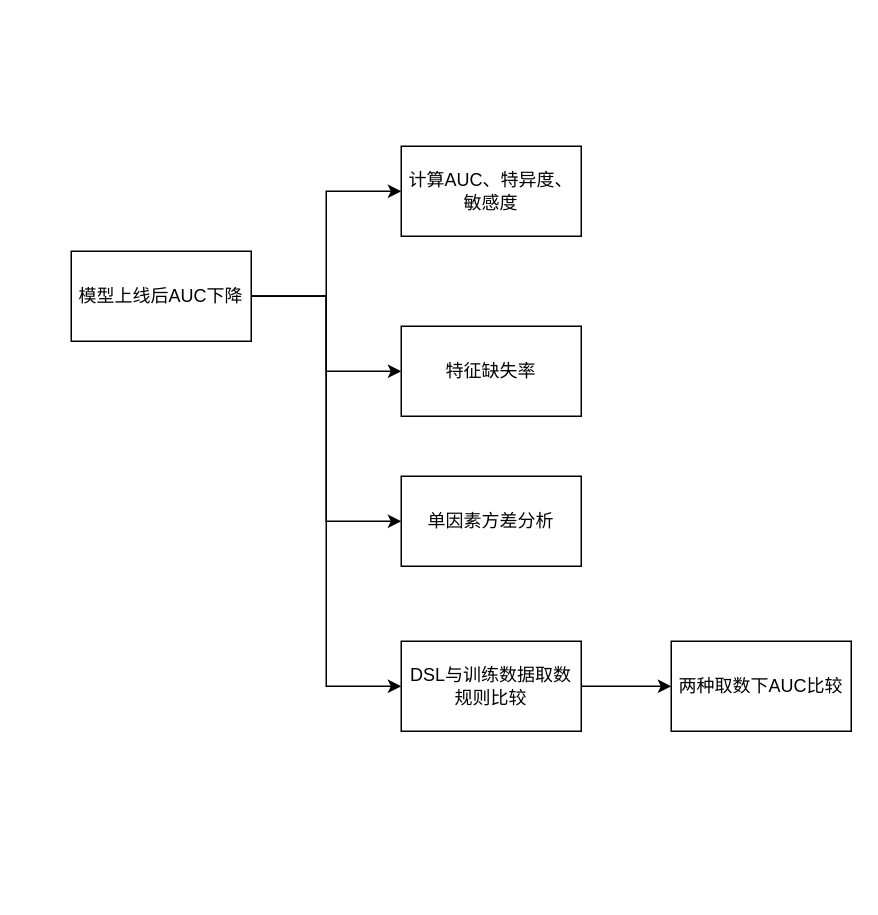
Earlier version of the draw.io diagram 模型上线后AUC下降原因调查.drawio (sophsticate/drawio). Source tidied: cells renumbered, new cells numbered last; positions are measured from the earlier drawing's top-left corner, leaving out a move shared by most shapes. Both pictures are drawn from the tidied source at 150%, with x=0, y=0 at pixel (70, 146).
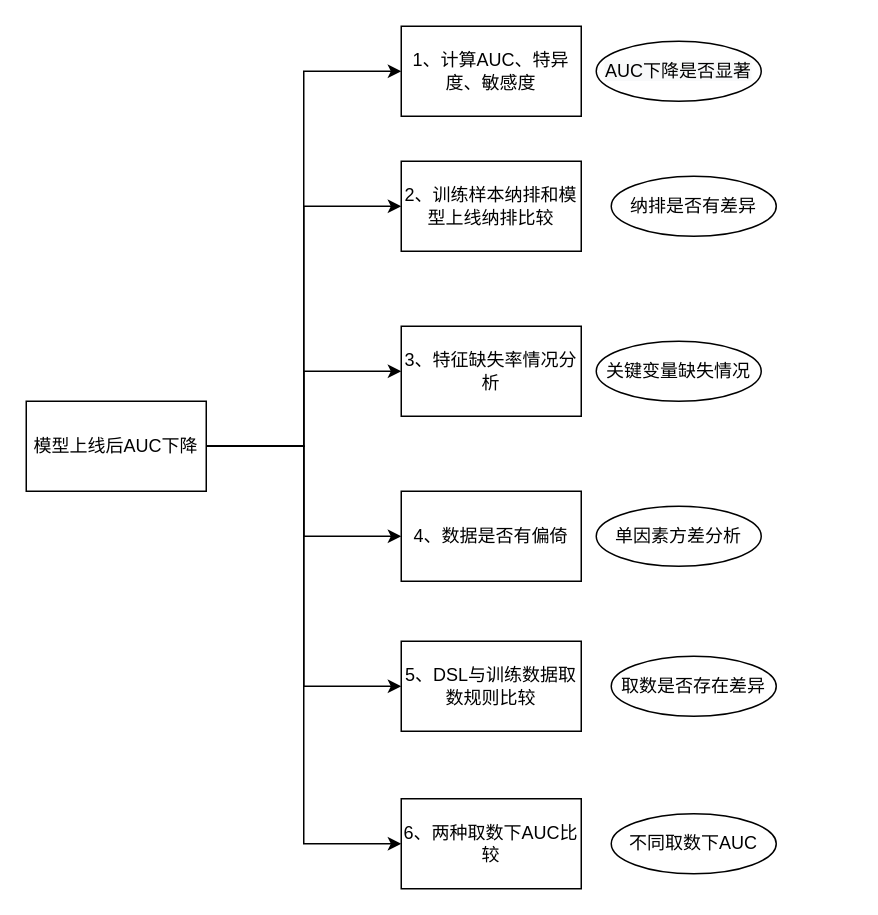
Above is the later version.

Commit message:
Update 模型上线后AUC下降原因调查.drawio

Change to the diagram source:
```diff
@@
-    <mxCell id="3" style="edgeStyle=orthogonalEdgeStyle;rounded=0;jettySize=auto;html=1;entryX=0;entryY=0.5;entryDx=0;entryDy=0;" parent="1" edge="1" source="6" target="8">
+    <mxCell id="3" style="edgeStyle=orthogonalEdgeStyle;rounded=0;jettySize=auto;html=1;entryX=0;entryY=0.5;entryDx=0;entryDy=0;" parent="1" edge="1" source="6" target="15">
       <mxGeometry relative="1" as="geometry" />
     </mxCell>
@@
+    <mxCell id="13" style="edgeStyle=orthogonalEdgeStyle;rounded=0;jettySize=auto;html=1;entryX=0;entryY=0.5;entryDx=0;entryDy=0;" parent="1" edge="1" source="6" target="16">
+      <mxGeometry relative="1" as="geometry" />
+    </mxCell>
+    <mxCell id="14" style="edgeStyle=orthogonalEdgeStyle;rounded=0;jettySize=auto;html=1;entryX=0;entryY=0.5;entryDx=0;entryDy=0;" parent="1" edge="1" source="6" target="12">
+      <mxGeometry relative="1" as="geometry" />
+    </mxCell>
     <mxCell id="6" value="模型上线后AUC下降" style="rounded=0;whiteSpace=wrap;html=1;" parent="1" vertex="1">
-      <mxGeometry y="70" width="120" height="60" as="geometry" />
+      <mxGeometry x="-30" y="170" width="120" height="60" as="geometry" />
     </mxCell>
-    <mxCell id="7" value="特征缺失率" style="rounded=0;whiteSpace=wrap;html=1;" parent="1" vertex="1">
+    <mxCell id="7" value="3、特征缺失率情况分析" style="rounded=0;whiteSpace=wrap;html=1;" parent="1" vertex="1">
       <mxGeometry x="220" y="120" width="120" height="60" as="geometry" />
     </mxCell>
-    <mxCell id="8" value="单因素方差分析" style="rounded=0;whiteSpace=wrap;html=1;" parent="1" vertex="1">
-      <mxGeometry x="220" y="220" width="120" height="60" as="geometry" />
-    </mxCell>
-    <mxCell id="9" value="计算AUC、特异度、敏感度" style="rounded=0;whiteSpace=wrap;html=1;" parent="1" vertex="1">
-      <mxGeometry x="220" width="120" height="60" as="geometry" />
+    <mxCell id="9" value="1、计算AUC、特异度、敏感度" style="rounded=0;whiteSpace=wrap;html=1;" parent="1" vertex="1">
+      <mxGeometry x="220" y="-80" width="120" height="60" as="geometry" />
     </mxCell>
-    <mxCell id="10" style="edgeStyle=orthogonalEdgeStyle;rounded=0;jettySize=auto;html=1;entryX=0;entryY=0.5;entryDx=0;entryDy=0;" parent="1" edge="1" source="11" target="12">
-      <mxGeometry relative="1" as="geometry" />
-    </mxCell>
-    <mxCell id="11" value="DSL与训练数据取数规则比较" style="rounded=0;whiteSpace=wrap;html=1;" parent="1" vertex="1">
+    <mxCell id="11" value="5、DSL与训练数据取数规则比较" style="rounded=0;whiteSpace=wrap;html=1;" parent="1" vertex="1">
       <mxGeometry x="220" y="330" width="120" height="60" as="geometry" />
     </mxCell>
-    <mxCell id="12" value="两种取数下AUC比较" style="rounded=0;whiteSpace=wrap;html=1;" parent="1" vertex="1">
-      <mxGeometry x="400" y="330" width="120" height="60" as="geometry" />
+    <mxCell id="12" value="6、两种取数下AUC比较" style="rounded=0;whiteSpace=wrap;html=1;" parent="1" vertex="1">
+      <mxGeometry x="220" y="435" width="120" height="60" as="geometry" />
     </mxCell>
+    <mxCell id="15" value="4、数据是否有偏倚" style="rounded=0;whiteSpace=wrap;html=1;" parent="1" vertex="1">
+      <mxGeometry x="220" y="230" width="120" height="60" as="geometry" />
+    </mxCell>
+    <mxCell id="16" value="2、训练样本纳排和模型上线纳排比较" style="rounded=0;whiteSpace=wrap;html=1;" parent="1" vertex="1">
+      <mxGeometry x="220" y="10" width="120" height="60" as="geometry" />
+    </mxCell>
+    <mxCell id="17" value="&lt;span style=&quot;color: rgb(0, 0, 0); font-family: helvetica; font-size: 12px; font-style: normal; font-weight: 400; letter-spacing: normal; text-align: center; text-indent: 0px; text-transform: none; word-spacing: 0px; background-color: rgb(248, 249, 250); display: inline; float: none;&quot;&gt;AUC下降是否显著&lt;/span&gt;" style="ellipse;whiteSpace=wrap;html=1;" parent="1" vertex="1">
+      <mxGeometry x="350" y="-70" width="110" height="40" as="geometry" />
+    </mxCell>
+    <mxCell id="18" value="&lt;font face=&quot;helvetica&quot;&gt;纳排是否有差异&lt;/font&gt;" style="ellipse;whiteSpace=wrap;html=1;" parent="1" vertex="1">
+      <mxGeometry x="360" y="20" width="110" height="40" as="geometry" />
+    </mxCell>
+    <mxCell id="19" value="&lt;font face=&quot;helvetica&quot;&gt;关键变量缺失情况&lt;/font&gt;" style="ellipse;whiteSpace=wrap;html=1;" parent="1" vertex="1">
+      <mxGeometry x="350" y="130" width="110" height="40" as="geometry" />
+    </mxCell>
+    <mxCell id="8" value="单因素方差分析" style="ellipse;whiteSpace=wrap;html=1;" parent="1" vertex="1">
+      <mxGeometry x="350" y="240" width="110" height="40" as="geometry" />
+    </mxCell>
+    <mxCell id="20" value="取数是否存在差异" style="ellipse;whiteSpace=wrap;html=1;" parent="1" vertex="1">
+      <mxGeometry x="360" y="340" width="110" height="40" as="geometry" />
+    </mxCell>
+    <mxCell id="21" value="不同取数下AUC" style="ellipse;whiteSpace=wrap;html=1;" parent="1" vertex="1">
+      <mxGeometry x="360" y="445" width="110" height="40" as="geometry" />
+    </mxCell>
```
